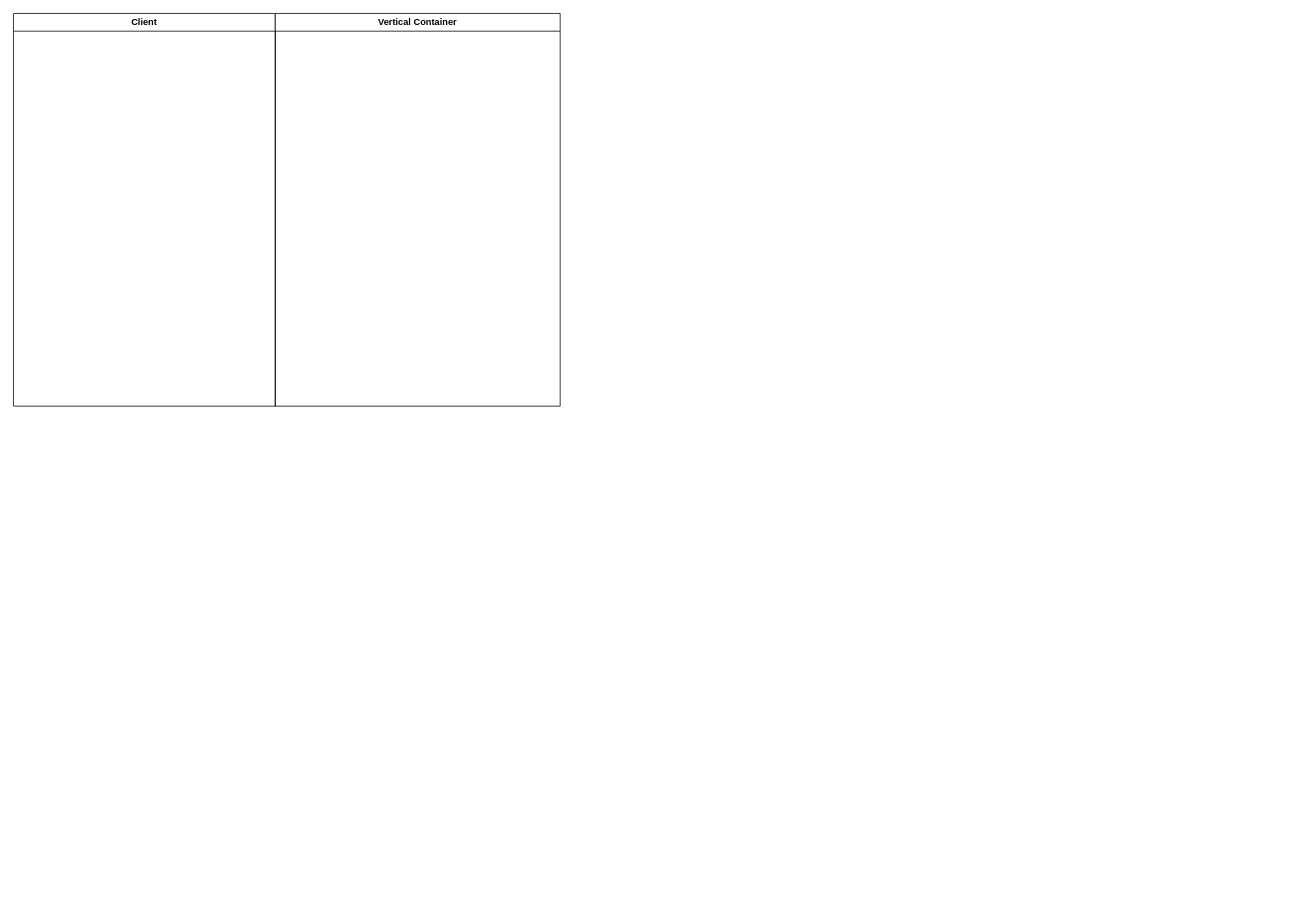
Above: guides/Asherr Portal Design.drawio in wackybuddy/asherr-panel (draw.io), before the change. Source tidied: cells renumbered, new cells numbered last; positions are measured from the earlier drawing's top-left corner, leaving out a move shared by most shapes. Both pictures are drawn from the tidied source at 77%, with x=0, y=0 at pixel (13, 13).
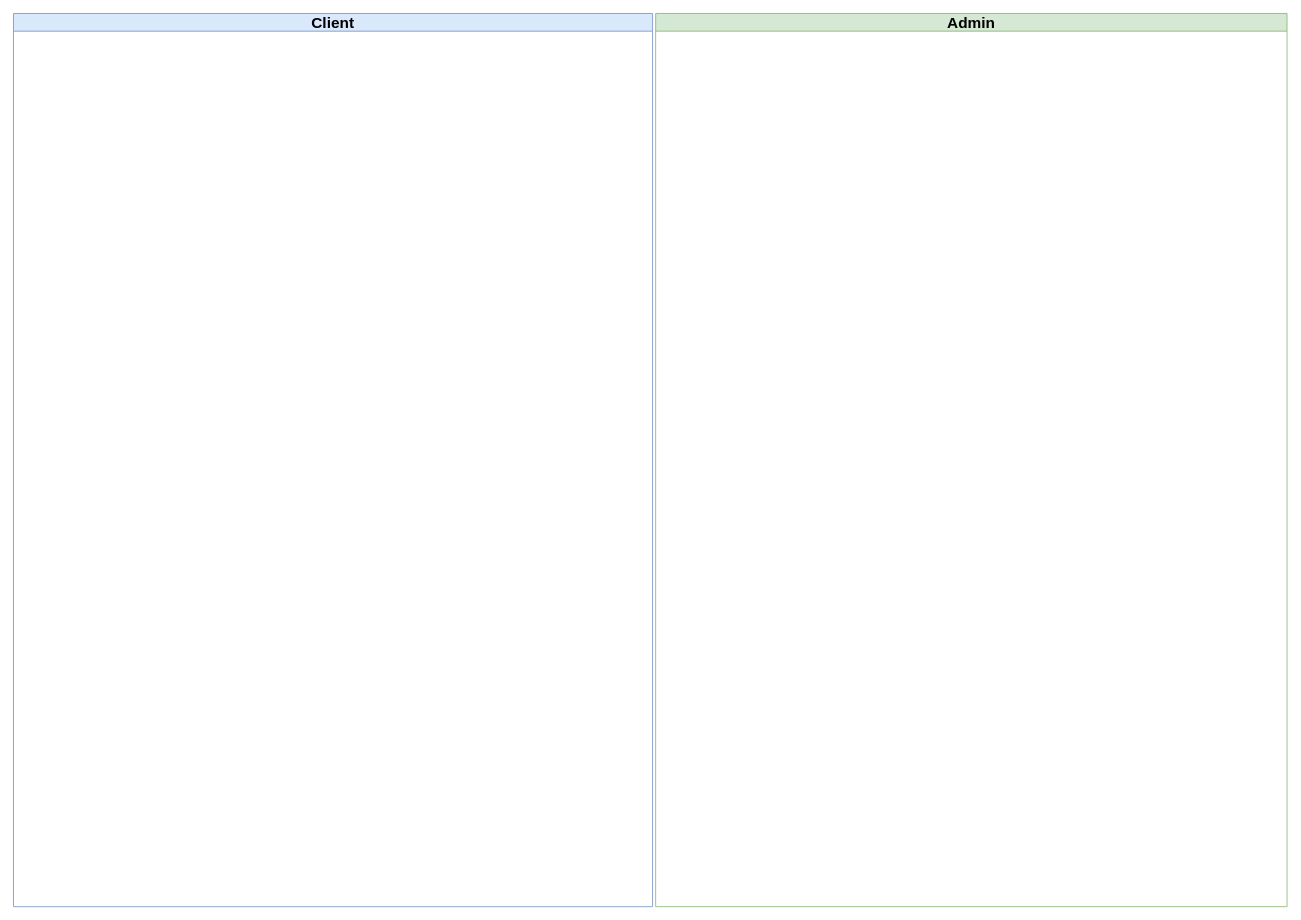
The same page after the edit.

What changed in the source:
```diff
@@
 <mxGraphModel>
   <root>
     <mxCell id="0" />
     <mxCell id="1" parent="0" />
-    <mxCell id="2" value="Client" style="swimlane;whiteSpace=wrap;html=1;" parent="1" vertex="1">
-      <mxGeometry width="340" height="510" as="geometry" />
+    <mxCell id="2" value="Client" style="swimlane;whiteSpace=wrap;html=1;fillColor=#dae8fc;strokeColor=#6c8ebf;fontSize=20;horizontal=1;fontFamily=Helvetica;" parent="1" vertex="1">
+      <mxGeometry width="830" height="1160" as="geometry" />
     </mxCell>
-    <mxCell id="3" value="Vertical Container" style="swimlane;whiteSpace=wrap;html=1;" parent="1" vertex="1">
-      <mxGeometry x="340" width="370" height="510" as="geometry" />
+    <mxCell id="3" value="Admin" style="swimlane;whiteSpace=wrap;html=1;fillColor=#d5e8d4;strokeColor=#82b366;fontSize=20;" parent="1" vertex="1">
+      <mxGeometry x="834" width="820" height="1160" as="geometry" />
     </mxCell>
   </root>
 </mxGraphModel>
```
